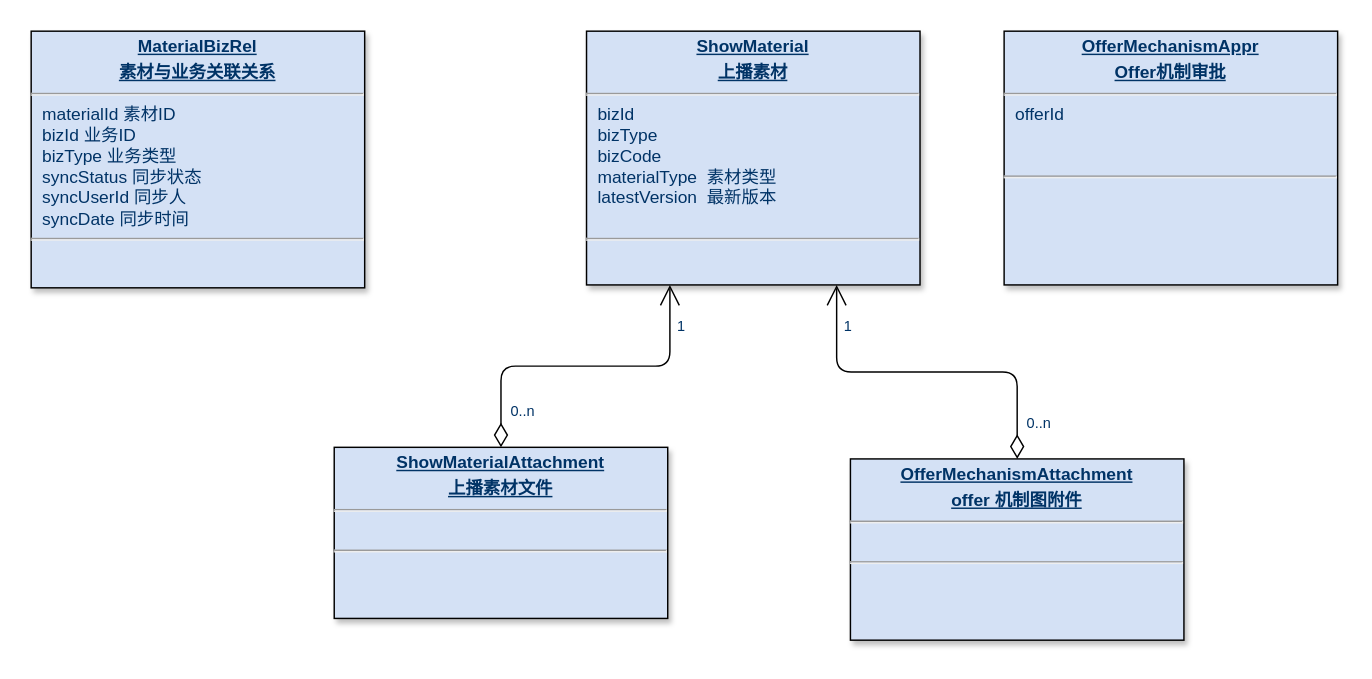
Above: page "Offer素材-设计" (20 of 23) of 美one.drawio in rockywade/draw (draw.io), before the change. Source tidied: cells renumbered, new cells numbered last; positions are measured from the earlier drawing's top-left corner, leaving out a move shared by most shapes. Both pictures are drawn from the tidied source at 145%, with x=0, y=0 at pixel (30, 30).
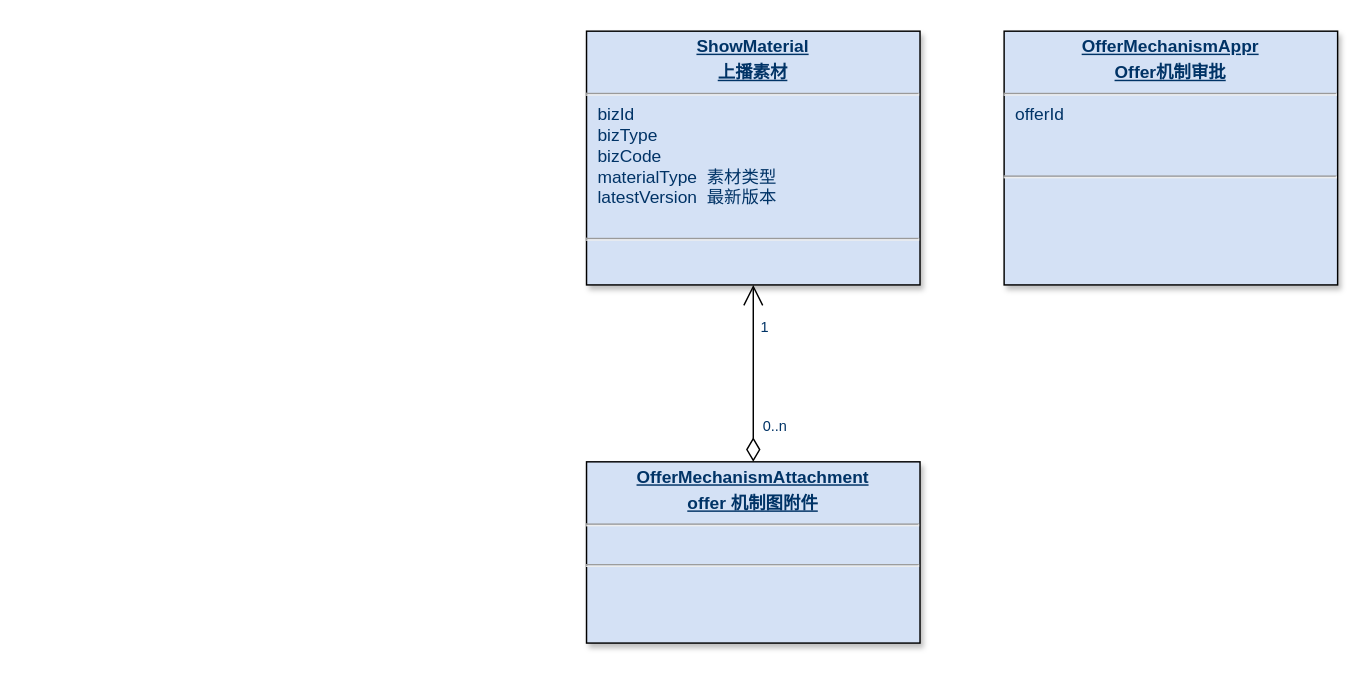
Above is the later version.

Change to the diagram source:
```diff
@@
 <mxGraphModel>
   <root>
     <mxCell id="0" />
     <mxCell id="1" parent="0" />
     <mxCell id="2" value="&lt;p style=&quot;margin: 4px 0px 0px; text-align: center;&quot;&gt;&lt;span style=&quot;background-color: transparent; text-align: left;&quot;&gt;&lt;b&gt;&lt;u&gt;ShowMaterial&lt;/u&gt;&lt;/b&gt;&lt;/span&gt;&lt;/p&gt;&lt;p style=&quot;margin: 4px 0px 0px; text-align: center;&quot;&gt;&lt;span style=&quot;background-color: transparent; text-align: left;&quot;&gt;&lt;b&gt;&lt;u&gt;上播素材&lt;/u&gt;&lt;/b&gt;&lt;/span&gt;&lt;/p&gt;&lt;hr&gt;&lt;p style=&quot;margin: 0px; margin-left: 8px;&quot;&gt;bizId&lt;/p&gt;&lt;p style=&quot;margin: 0px; margin-left: 8px;&quot;&gt;bizType&lt;/p&gt;&lt;p style=&quot;margin: 0px; margin-left: 8px;&quot;&gt;bizCode&lt;/p&gt;&lt;p style=&quot;margin: 0px; margin-left: 8px;&quot;&gt;materialType&amp;nbsp;&amp;nbsp;素材类型&lt;br&gt;latestVersion&amp;nbsp; 最新版本&lt;/p&gt;&lt;p style=&quot;margin: 0px; margin-left: 8px;&quot;&gt;&lt;br&gt;&lt;/p&gt;&lt;hr&gt;&lt;p style=&quot;margin: 0px; margin-left: 8px;&quot;&gt;&lt;br&gt;&lt;/p&gt;&lt;p style=&quot;margin: 0px; margin-left: 8px;&quot;&gt;&lt;br&gt;&lt;/p&gt;" style="verticalAlign=top;align=left;overflow=fill;fontSize=12;fontFamily=Helvetica;html=1;strokeColor=default;shadow=1;fillColor=#D4E1F5;fontColor=#003366;rounded=0;glass=0;imageAspect=1;labelBackgroundColor=none;textShadow=0;direction=east;" parent="1" vertex="1">
       <mxGeometry x="383" width="230" height="175" as="geometry" />
     </mxCell>
     <mxCell id="3" value="&lt;p style=&quot;margin: 4px 0px 0px; text-align: center;&quot;&gt;&lt;span style=&quot;background-color: transparent; text-align: left;&quot;&gt;&lt;b&gt;&lt;u&gt;OfferMechanismAttachment&lt;/u&gt;&lt;/b&gt;&lt;/span&gt;&lt;/p&gt;&lt;p style=&quot;margin: 4px 0px 0px; text-align: center;&quot;&gt;&lt;span style=&quot;background-color: transparent; text-align: left;&quot;&gt;&lt;b&gt;&lt;u&gt;offer 机制图附件&lt;/u&gt;&lt;/b&gt;&lt;/span&gt;&lt;/p&gt;&lt;hr&gt;&lt;p style=&quot;margin: 0px; margin-left: 8px;&quot;&gt;&lt;br&gt;&lt;/p&gt;&lt;hr&gt;&lt;p style=&quot;margin: 0px; margin-left: 8px;&quot;&gt;&lt;br&gt;&lt;/p&gt;&lt;p style=&quot;margin: 0px; margin-left: 8px;&quot;&gt;&lt;br&gt;&lt;/p&gt;" style="verticalAlign=top;align=left;overflow=fill;fontSize=12;fontFamily=Helvetica;html=1;strokeColor=default;shadow=1;fillColor=#D4E1F5;fontColor=#003366;rounded=0;glass=0;imageAspect=1;labelBackgroundColor=none;textShadow=0;direction=east;" parent="1" vertex="1">
-      <mxGeometry x="565" y="295" width="230" height="125" as="geometry" />
+      <mxGeometry x="383" y="297" width="230" height="125" as="geometry" />
     </mxCell>
-    <mxCell id="4" style="endArrow=open;endSize=12;startArrow=diamondThin;startSize=14;startFill=0;edgeStyle=orthogonalEdgeStyle;exitX=0.5;exitY=0;exitDx=0;exitDy=0;entryX=0.75;entryY=1;entryDx=0;entryDy=0;" parent="1" edge="1" source="3" target="2">
+    <mxCell id="4" style="endArrow=open;endSize=12;startArrow=diamondThin;startSize=14;startFill=0;edgeStyle=orthogonalEdgeStyle;exitX=0.5;exitY=0;exitDx=0;exitDy=0;entryX=0.5;entryY=1;entryDx=0;entryDy=0;" parent="1" edge="1" source="3" target="2">
       <mxGeometry x="-377.9" y="803.2" as="geometry" />
     </mxCell>
     <mxCell id="5" value="0..n" style="align=left;verticalAlign=top;labelBackgroundColor=#ffffff;fontSize=10;strokeColor=#003366;shadow=1;fillColor=#D4E1F5;fontColor=#003366;" parent="4" vertex="1">
       <mxGeometry x="-1" relative="1" as="geometry">
         <mxPoint x="5" y="-37" as="offset" />
       </mxGeometry>
     </mxCell>
     <mxCell id="6" value="1" style="align=right;verticalAlign=top;labelBackgroundColor=#ffffff;fontSize=10;strokeColor=#003366;shadow=1;fillColor=#D4E1F5;fontColor=#003366;" parent="4" vertex="1">
       <mxGeometry x="1" relative="1" as="geometry">
         <mxPoint x="12" y="17" as="offset" />
       </mxGeometry>
     </mxCell>
     <mxCell id="7" value="&lt;p style=&quot;margin: 4px 0px 0px; text-align: center;&quot;&gt;&lt;span style=&quot;background-color: transparent; text-align: left;&quot;&gt;&lt;b&gt;&lt;u&gt;OfferMechanismAppr&lt;/u&gt;&lt;/b&gt;&lt;/span&gt;&lt;/p&gt;&lt;p style=&quot;margin: 4px 0px 0px; text-align: center;&quot;&gt;&lt;span style=&quot;background-color: transparent; text-align: left;&quot;&gt;&lt;b&gt;&lt;u&gt;Offer机制审批&lt;/u&gt;&lt;/b&gt;&lt;/span&gt;&lt;/p&gt;&lt;hr&gt;&lt;p style=&quot;margin: 0px; margin-left: 8px;&quot;&gt;offerId&lt;/p&gt;&lt;p style=&quot;margin: 0px; margin-left: 8px;&quot;&gt;&lt;br&gt;&lt;/p&gt;&lt;p style=&quot;margin: 0px; margin-left: 8px;&quot;&gt;&lt;br&gt;&lt;/p&gt;&lt;hr&gt;&lt;p style=&quot;margin: 0px; margin-left: 8px;&quot;&gt;&lt;br&gt;&lt;/p&gt;&lt;p style=&quot;margin: 0px; margin-left: 8px;&quot;&gt;&lt;br&gt;&lt;/p&gt;" style="verticalAlign=top;align=left;overflow=fill;fontSize=12;fontFamily=Helvetica;html=1;strokeColor=default;shadow=1;fillColor=#D4E1F5;fontColor=#003366;rounded=0;glass=0;imageAspect=1;labelBackgroundColor=none;textShadow=0;direction=east;" parent="1" vertex="1">
       <mxGeometry x="671" width="230" height="175" as="geometry" />
     </mxCell>
-    <mxCell id="8" value="&lt;p style=&quot;margin: 4px 0px 0px; text-align: center;&quot;&gt;&lt;span style=&quot;background-color: transparent; text-align: left;&quot;&gt;&lt;b&gt;&lt;u&gt;ShowMaterialAttachment&lt;/u&gt;&lt;/b&gt;&lt;/span&gt;&lt;/p&gt;&lt;p style=&quot;margin: 4px 0px 0px; text-align: center;&quot;&gt;&lt;span style=&quot;background-color: transparent; text-align: left;&quot;&gt;&lt;b&gt;&lt;u&gt;上播素材文件&lt;/u&gt;&lt;/b&gt;&lt;/span&gt;&lt;/p&gt;&lt;hr&gt;&lt;p style=&quot;margin: 0px 0px 0px 8px;&quot;&gt;&lt;br&gt;&lt;/p&gt;&lt;hr&gt;&lt;p style=&quot;margin: 0px; margin-left: 8px;&quot;&gt;&lt;br&gt;&lt;/p&gt;&lt;p style=&quot;margin: 0px; margin-left: 8px;&quot;&gt;&lt;br&gt;&lt;/p&gt;" style="verticalAlign=top;align=left;overflow=fill;fontSize=12;fontFamily=Helvetica;html=1;strokeColor=default;shadow=1;fillColor=#D4E1F5;fontColor=#003366;rounded=0;glass=0;imageAspect=1;labelBackgroundColor=none;textShadow=0;direction=east;" parent="1" vertex="1">
-      <mxGeometry x="209" y="287" width="230" height="118" as="geometry" />
-    </mxCell>
-    <mxCell id="9" value="&lt;p style=&quot;margin: 4px 0px 0px; text-align: center;&quot;&gt;&lt;span style=&quot;background-color: transparent; text-align: left;&quot;&gt;&lt;b&gt;&lt;u&gt;MaterialBizRel&lt;/u&gt;&lt;/b&gt;&lt;/span&gt;&lt;/p&gt;&lt;p style=&quot;margin: 4px 0px 0px; text-align: center;&quot;&gt;&lt;span style=&quot;background-color: transparent; text-align: left;&quot;&gt;&lt;b&gt;&lt;u&gt;素材与业务关联关系&lt;/u&gt;&lt;/b&gt;&lt;/span&gt;&lt;/p&gt;&lt;hr&gt;&lt;p style=&quot;margin: 0px 0px 0px 8px;&quot;&gt;materialId 素材ID&lt;/p&gt;&lt;p style=&quot;margin: 0px 0px 0px 8px;&quot;&gt;bizId 业务ID&lt;/p&gt;&lt;p style=&quot;margin: 0px 0px 0px 8px;&quot;&gt;bizType 业务类型&lt;/p&gt;&lt;p style=&quot;margin: 0px 0px 0px 8px;&quot;&gt;syncStatus 同步状态&lt;/p&gt;&lt;p style=&quot;margin: 0px 0px 0px 8px;&quot;&gt;syncUserId 同步人&lt;/p&gt;&lt;p style=&quot;margin: 0px 0px 0px 8px;&quot;&gt;syncDate 同步时间&lt;/p&gt;&lt;hr&gt;&lt;p style=&quot;margin: 0px; margin-left: 8px;&quot;&gt;&lt;br&gt;&lt;/p&gt;&lt;p style=&quot;margin: 0px; margin-left: 8px;&quot;&gt;&lt;br&gt;&lt;/p&gt;" style="verticalAlign=top;align=left;overflow=fill;fontSize=12;fontFamily=Helvetica;html=1;strokeColor=default;shadow=1;fillColor=#D4E1F5;fontColor=#003366;rounded=0;glass=0;imageAspect=1;labelBackgroundColor=none;textShadow=0;direction=east;" parent="1" vertex="1">
-      <mxGeometry width="230" height="177" as="geometry" />
-    </mxCell>
-    <mxCell id="10" style="endArrow=open;endSize=12;startArrow=diamondThin;startSize=14;startFill=0;edgeStyle=orthogonalEdgeStyle;entryX=0.25;entryY=1;entryDx=0;entryDy=0;" parent="1" edge="1" source="8" target="2">
-      <mxGeometry x="-377.9" y="803.2" as="geometry" />
-    </mxCell>
-    <mxCell id="11" value="0..n" style="align=left;verticalAlign=top;labelBackgroundColor=#ffffff;fontSize=10;strokeColor=#003366;shadow=1;fillColor=#D4E1F5;fontColor=#003366;" parent="10" vertex="1">
-      <mxGeometry x="-1" relative="1" as="geometry">
-        <mxPoint x="5" y="-37" as="offset" />
-      </mxGeometry>
-    </mxCell>
-    <mxCell id="12" value="1" style="align=right;verticalAlign=top;labelBackgroundColor=#ffffff;fontSize=10;strokeColor=#003366;shadow=1;fillColor=#D4E1F5;fontColor=#003366;" parent="10" vertex="1">
-      <mxGeometry x="1" relative="1" as="geometry">
-        <mxPoint x="12" y="17" as="offset" />
-      </mxGeometry>
-    </mxCell>
   </root>
 </mxGraphModel>
```
